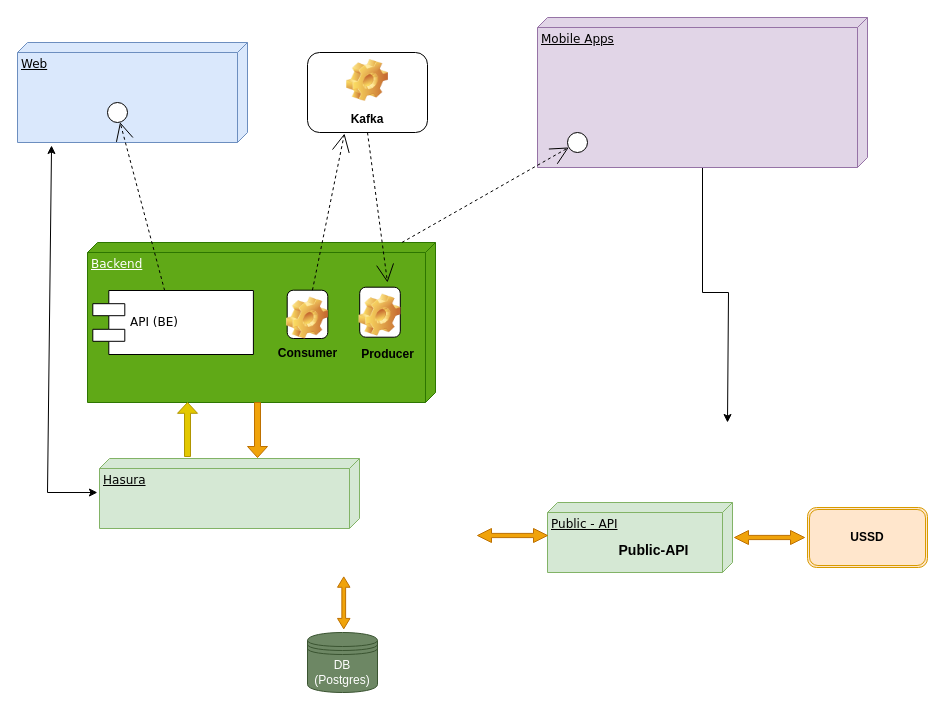
Before: Untitled Diagram.drawio in cephydex/archdiags, a draw.io diagram. Source tidied: cells renumbered, new cells numbered last; positions are measured from the earlier drawing's top-left corner, leaving out a move shared by most shapes. Both pictures are drawn from the tidied source at 100%, with x=0, y=0 at pixel (17, 17).
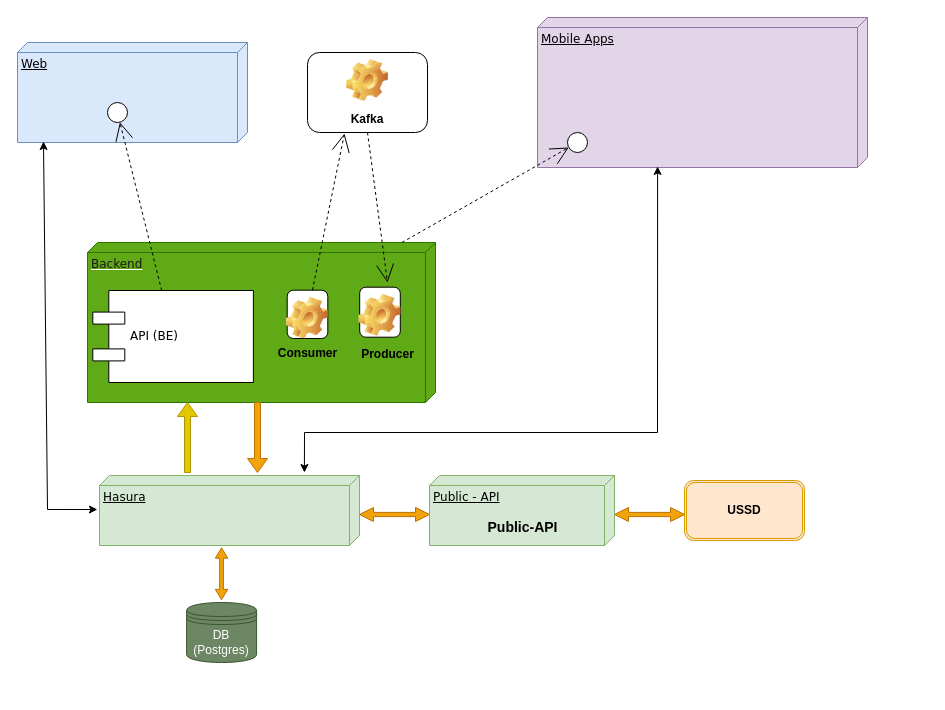
After the change.

Unchanged cells that the change refers to:
```xml
<mxCell id="2" value="Web" style="verticalAlign=top;align=left;spacingTop=8;spacingLeft=2;spacingRight=12;shape=cube;size=10;direction=south;fontStyle=4;html=1;rounded=0;shadow=0;comic=0;labelBackgroundColor=none;strokeWidth=1;fontFamily=Verdana;fontSize=12;fillColor=#dae8fc;strokeColor=#6c8ebf;" parent="1" vertex="1">
  <mxGeometry y="25" width="230" height="100" as="geometry" />
</mxCell>
<mxCell id="4" value="Mobile Apps" style="verticalAlign=top;align=left;spacingTop=8;spacingLeft=2;spacingRight=12;shape=cube;size=10;direction=south;fontStyle=4;html=1;rounded=0;shadow=0;comic=0;labelBackgroundColor=none;strokeWidth=1;fontFamily=Verdana;fontSize=12;fillColor=#e1d5e7;strokeColor=#9673a6;" parent="1" vertex="1">
  <mxGeometry x="520" width="330" height="150" as="geometry" />
</mxCell>
<mxCell id="9" style="group;" parent="1" vertex="1">
  <mxGeometry x="70" y="225" width="348" height="160" as="geometry" />
</mxCell>
```

Diff of the diagram source:
```diff
@@
-    <mxCell id="3" style="edgeStyle=orthogonalEdgeStyle;rounded=0;jettySize=auto;html=1;" parent="1" edge="1" source="4">
-      <mxGeometry relative="1" as="geometry">
-        <mxPoint x="710" y="405" as="targetPoint" />
-        <Array as="points">
-          <mxPoint x="685" y="275" />
-          <mxPoint x="711" y="275" />
-        </Array>
-      </mxGeometry>
-    </mxCell>
@@
     <mxCell id="7" value="Hasura" style="verticalAlign=top;align=left;spacingTop=8;spacingLeft=2;spacingRight=12;shape=cube;size=10;direction=south;fontStyle=4;html=1;rounded=0;shadow=0;comic=0;labelBackgroundColor=none;strokeWidth=1;fontFamily=Verdana;fontSize=12;fillColor=#d5e8d4;strokeColor=#82b366;" parent="1" vertex="1">
-      <mxGeometry x="82" y="441" width="260" height="70" as="geometry" />
+      <mxGeometry x="82" y="458" width="260" height="70" as="geometry" />
     </mxCell>
     <mxCell id="8" value="DB (Postgres)" style="shape=datastore;whiteSpace=wrap;html=1;fillColor=#6d8764;fontColor=#ffffff;strokeColor=#3A5431;" parent="1" vertex="1">
-      <mxGeometry x="290" y="615" width="70" height="60" as="geometry" />
+      <mxGeometry x="169.1" y="585" width="70" height="60" as="geometry" />
     </mxCell>
@@
-    <mxCell id="10" value="Backend" style="verticalAlign=top;align=left;spacingTop=8;spacingLeft=2;spacingRight=12;shape=cube;size=10;direction=south;fontStyle=4;html=1;rounded=0;shadow=0;comic=0;labelBackgroundColor=none;strokeWidth=1;fontFamily=Verdana;fontSize=12;fillColor=#60a917;strokeColor=#2D7600;fontColor=#ffffff;" parent="9" vertex="1">
+    <mxCell id="10" value="&lt;font color=&quot;#1a1a1a&quot;&gt;Backend&lt;/font&gt;" style="verticalAlign=top;align=left;spacingTop=8;spacingLeft=2;spacingRight=12;shape=cube;size=10;direction=south;fontStyle=4;html=1;rounded=0;shadow=0;comic=0;labelBackgroundColor=none;strokeWidth=1;fontFamily=Verdana;fontSize=12;fillColor=#60a917;strokeColor=#2D7600;fontColor=#ffffff;" parent="9" vertex="1">
       <mxGeometry width="348" height="160" as="geometry" />
     </mxCell>
     <mxCell id="11" value="API (BE)" style="shape=component;align=left;spacingLeft=36;rounded=0;shadow=0;comic=0;labelBackgroundColor=none;strokeWidth=1;fontFamily=Verdana;fontSize=12;html=1;" parent="9" vertex="1">
-      <mxGeometry x="5.3" y="48" width="160.6" height="64" as="geometry" />
+      <mxGeometry x="5.3" y="48" width="160.6" height="92" as="geometry" />
     </mxCell>
@@
-    <mxCell id="18" style="group;" parent="1" vertex="1">
-      <mxGeometry x="530" y="485" width="185" height="70" as="geometry" />
-    </mxCell>
-    <mxCell id="19" value="Public - API" style="verticalAlign=top;align=left;spacingTop=8;spacingLeft=2;spacingRight=12;shape=cube;size=10;direction=south;fontStyle=4;html=1;rounded=0;shadow=0;comic=0;labelBackgroundColor=none;strokeWidth=1;fontFamily=Verdana;fontSize=12;fillColor=#d5e8d4;strokeColor=#82b366;" parent="18" vertex="1">
-      <mxGeometry width="185" height="70" as="geometry" />
-    </mxCell>
-    <mxCell id="20" value="&lt;font style=&quot;font-size: 14px;&quot;&gt;Public-API&lt;/font&gt;" style="text;strokeColor=none;fillColor=none;html=1;fontSize=24;fontStyle=1;verticalAlign=middle;align=center;" parent="18" vertex="1">
-      <mxGeometry x="61.7" y="25" width="88.1" height="40" as="geometry" />
-    </mxCell>
     <mxCell id="21" style="shape=singleArrow;direction=north;whiteSpace=wrap;html=1;fillColor=#e3c800;fontColor=#000000;strokeColor=#B09500;" parent="1" vertex="1">
-      <mxGeometry x="160" y="385" width="20" height="54" as="geometry" />
+      <mxGeometry x="160" y="385" width="20" height="70" as="geometry" />
     </mxCell>
     <mxCell id="22" style="shape=singleArrow;direction=south;whiteSpace=wrap;html=1;fillColor=#f0a30a;fontColor=#000000;strokeColor=#BD7000;" parent="1" vertex="1">
-      <mxGeometry x="230" y="385" width="20" height="55" as="geometry" />
+      <mxGeometry x="230" y="385" width="20" height="70" as="geometry" />
     </mxCell>
     <mxCell id="23" style="shape=doubleArrow;whiteSpace=wrap;html=1;fillColor=#f0a30a;fontColor=#000000;strokeColor=#BD7000;" parent="1" vertex="1">
-      <mxGeometry x="460" y="511" width="70" height="14" as="geometry" />
+      <mxGeometry x="342" y="490" width="70" height="14" as="geometry" />
     </mxCell>
     <mxCell id="24" style="shape=doubleArrow;whiteSpace=wrap;html=1;fillColor=#f0a30a;fontColor=#000000;strokeColor=#BD7000;rotation=90;" parent="1" vertex="1">
-      <mxGeometry x="300.3" y="579.1" width="51.9" height="12.5" as="geometry" />
+      <mxGeometry x="178.1" y="550" width="51.9" height="12.5" as="geometry" />
     </mxCell>
     <mxCell id="25" value="&lt;b&gt;USSD&lt;/b&gt;" style="shape=ext;double=1;rounded=1;whiteSpace=wrap;html=1;fillColor=#ffe6cc;strokeColor=#d79b00;" parent="1" vertex="1">
-      <mxGeometry x="790" y="490" width="120" height="60" as="geometry" />
+      <mxGeometry x="667" y="463" width="120" height="60" as="geometry" />
     </mxCell>
     <mxCell id="26" style="shape=doubleArrow;whiteSpace=wrap;html=1;fillColor=#f0a30a;fontColor=#000000;strokeColor=#BD7000;" parent="1" vertex="1">
-      <mxGeometry x="717" y="513" width="70" height="14" as="geometry" />
+      <mxGeometry x="597" y="490" width="70" height="14" as="geometry" />
     </mxCell>
@@
-    <mxCell id="28" style="endArrow=classic;startArrow=classic;html=1;rounded=0;entryX=1.03;entryY=0.852;entryDx=0;entryDy=0;entryPerimeter=0;exitX=0.486;exitY=1.008;exitDx=0;exitDy=0;exitPerimeter=0;" parent="1" edge="1" source="7" target="2">
+    <mxCell id="28" style="endArrow=classic;startArrow=classic;html=1;rounded=0;entryX=0.99;entryY=0.887;entryDx=0;entryDy=0;entryPerimeter=0;exitX=0.486;exitY=1.008;exitDx=0;exitDy=0;exitPerimeter=0;" parent="1" edge="1" source="7" target="2">
       <mxGeometry relative="1" as="geometry">
         <Array as="points">
-          <mxPoint x="30" y="475" />
+          <mxPoint x="30" y="492" />
         </Array>
       </mxGeometry>
     </mxCell>
@@
+    <mxCell id="33" style="endArrow=classic;startArrow=classic;html=1;rounded=0;exitX=-0.029;exitY=0.212;exitDx=0;exitDy=0;exitPerimeter=0;entryX=0.993;entryY=0.636;entryDx=0;entryDy=0;entryPerimeter=0;" parent="1" edge="1" target="4">
+      <mxGeometry relative="1" as="geometry">
+        <mxPoint x="286.9" y="455" as="sourcePoint" />
+        <Array as="points">
+          <mxPoint x="287" y="415" />
+          <mxPoint x="640" y="415" />
+        </Array>
+      </mxGeometry>
+    </mxCell>
+    <mxCell id="34" style="group;" parent="1" vertex="1">
+      <mxGeometry x="412" y="458" width="185" height="70" as="geometry" />
+    </mxCell>
+    <mxCell id="19" value="Public - API" style="verticalAlign=top;align=left;spacingTop=8;spacingLeft=2;spacingRight=12;shape=cube;size=10;direction=south;fontStyle=4;html=1;rounded=0;shadow=0;comic=0;labelBackgroundColor=none;strokeWidth=1;fontFamily=Verdana;fontSize=12;fillColor=#d5e8d4;strokeColor=#82b366;" parent="34" vertex="1">
+      <mxGeometry width="185" height="70" as="geometry" />
+    </mxCell>
+    <mxCell id="20" value="&lt;font style=&quot;font-size: 14px;&quot;&gt;Public-API&lt;/font&gt;" style="text;strokeColor=none;fillColor=none;html=1;fontSize=24;fontStyle=1;verticalAlign=middle;align=center;" parent="34" vertex="1">
+      <mxGeometry x="53.2" y="32" width="78.6" height="34.3" as="geometry" />
+    </mxCell>
```
